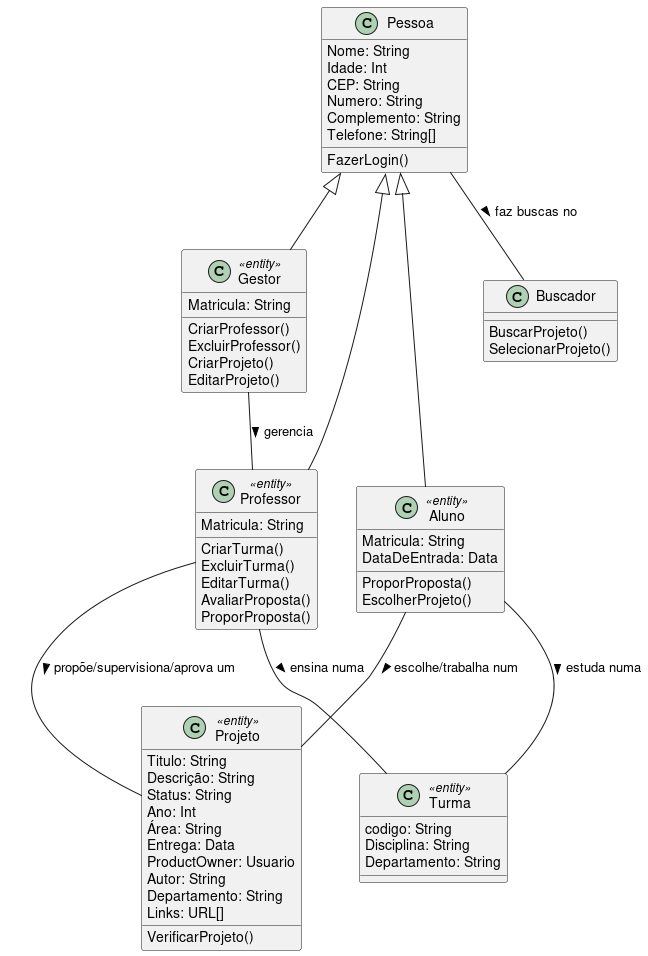
Earlier version of the PlantUML export diagramas/classe_dominio.png (Pedro-V/projetorium).
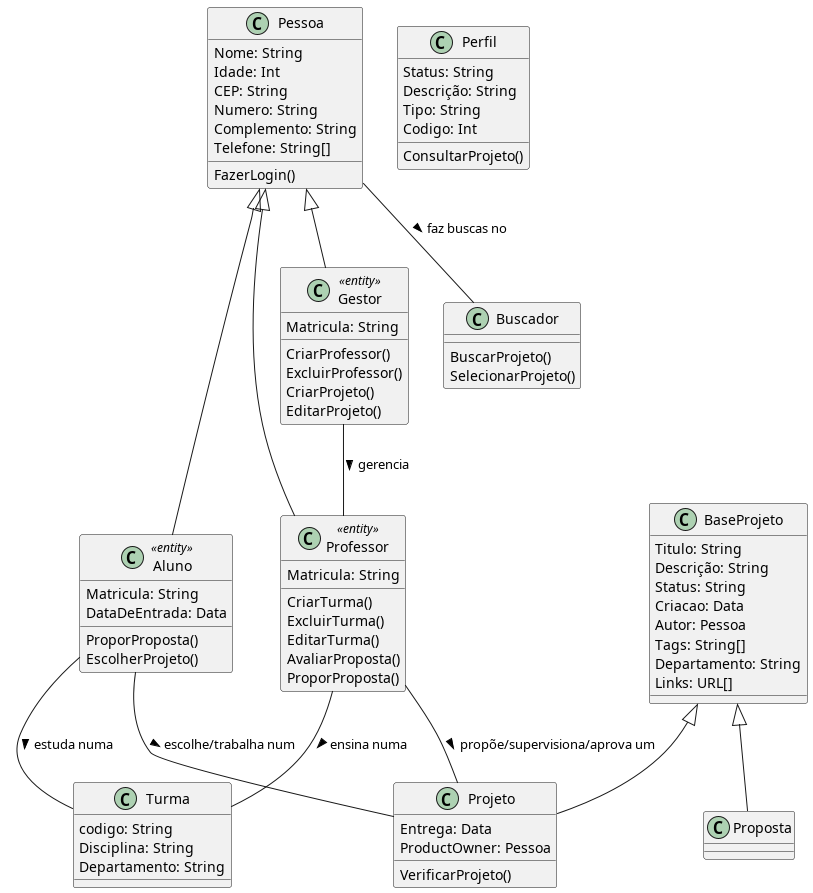
Above is the later version.

Change to the diagram source:
```diff
@@ -1,5 +1,88 @@
 @startuml
-!include classes_comum.iuml
+class Pessoa {
+    Nome: String
+    Idade: Int
+    CEP: String
+    Numero: String
+    Complemento: String
+    Telefone: String[]
+
+    FazerLogin()
+}
+
+class Professor <<entity>>{
+    Matricula: String
+
+    CriarTurma()
+    ExcluirTurma()
+    EditarTurma()
+    AvaliarProposta()
+    ProporProposta()
+}
+
+class Aluno <<entity>>{
+    Matricula: String
+    DataDeEntrada: Data
+
+    ProporProposta()
+    EscolherProjeto()
+}
+
+class Gestor <<entity>>{
+    Matricula: String
+
+    CriarProfessor()
+    ExcluirProfessor()
+    CriarProjeto()
+    EditarProjeto()
+}
+
+class BaseProjeto {
+    Titulo: String
+    Descrição: String
+    Status: String
+    Criacao: Data
+    Autor: Pessoa
+    Tags: String[]
+    Departamento: String
+    Links: URL[]
+}
+
+class Projeto {
+    Entrega: Data
+    VerificarProjeto()
+    ProductOwner: Pessoa
+}
+
+class Proposta {
+}
+
+class Perfil  {
+    Status: String
+    Descrição: String
+    Tipo: String
+    Codigo: Int
+
+    ConsultarProjeto()
+}
+
+class Turma {
+    codigo: String
+    Disciplina: String
+    Departamento: String
+}
+
+class Buscador {
+    BuscarProjeto()
+    SelecionarProjeto()
+}
+
+Pessoa <|-- Professor
+Pessoa <|-- Aluno
+Pessoa <|-- Gestor
+
+BaseProjeto <|-- Projeto
+BaseProjeto <|-- Proposta
 
 Aluno -- Projeto :  escolhe/trabalha num >
 Aluno -- Turma   :  estuda numa >
@@ -7,6 +90,4 @@
 Professor -- Turma : ensina numa >
 Professor -- Projeto : propõe/supervisiona/aprova um >
 Gestor -- Professor : gerencia >
-
-hide Perfil
 @enduml
```
